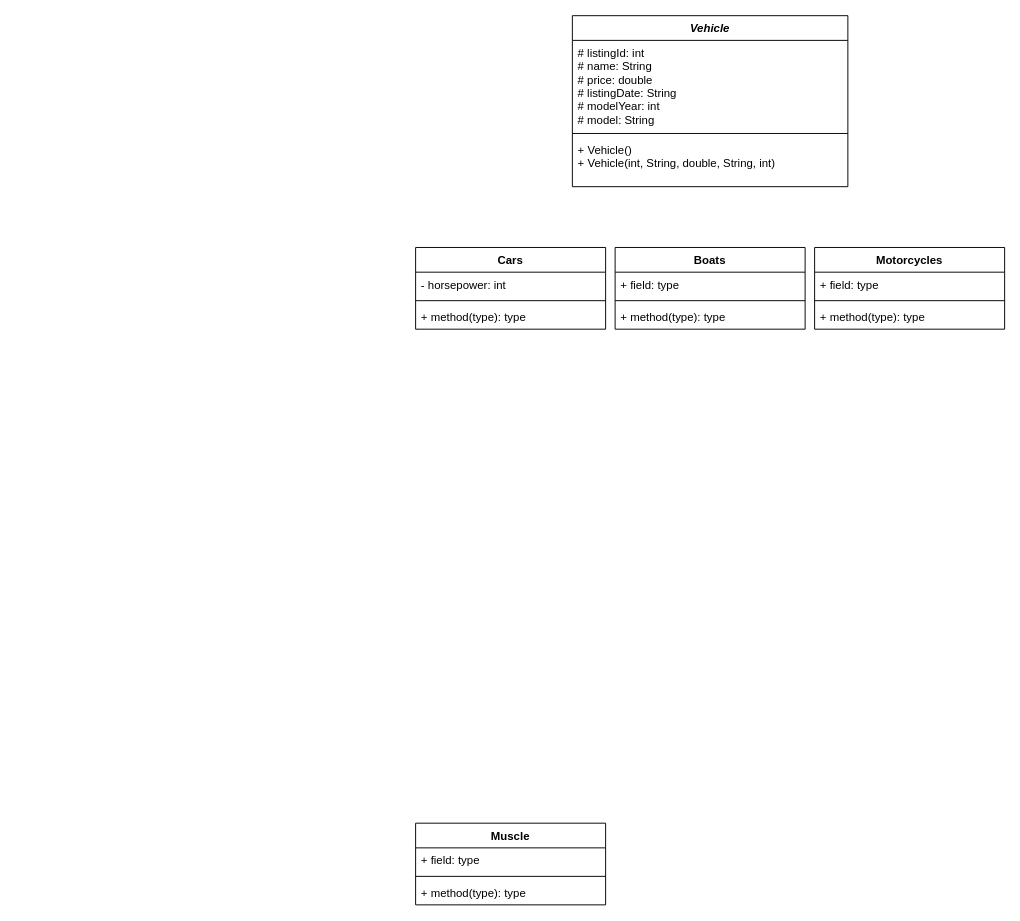
Above: UML/vehiclesellingportal.drawio in bariis/javaproject (draw.io), before the change. Source tidied: cells renumbered, new cells numbered last; positions are measured from the earlier drawing's top-left corner, leaving out a move shared by most shapes. Both pictures are drawn from the tidied source at 95%, with x=0, y=0 at pixel (415, 15).
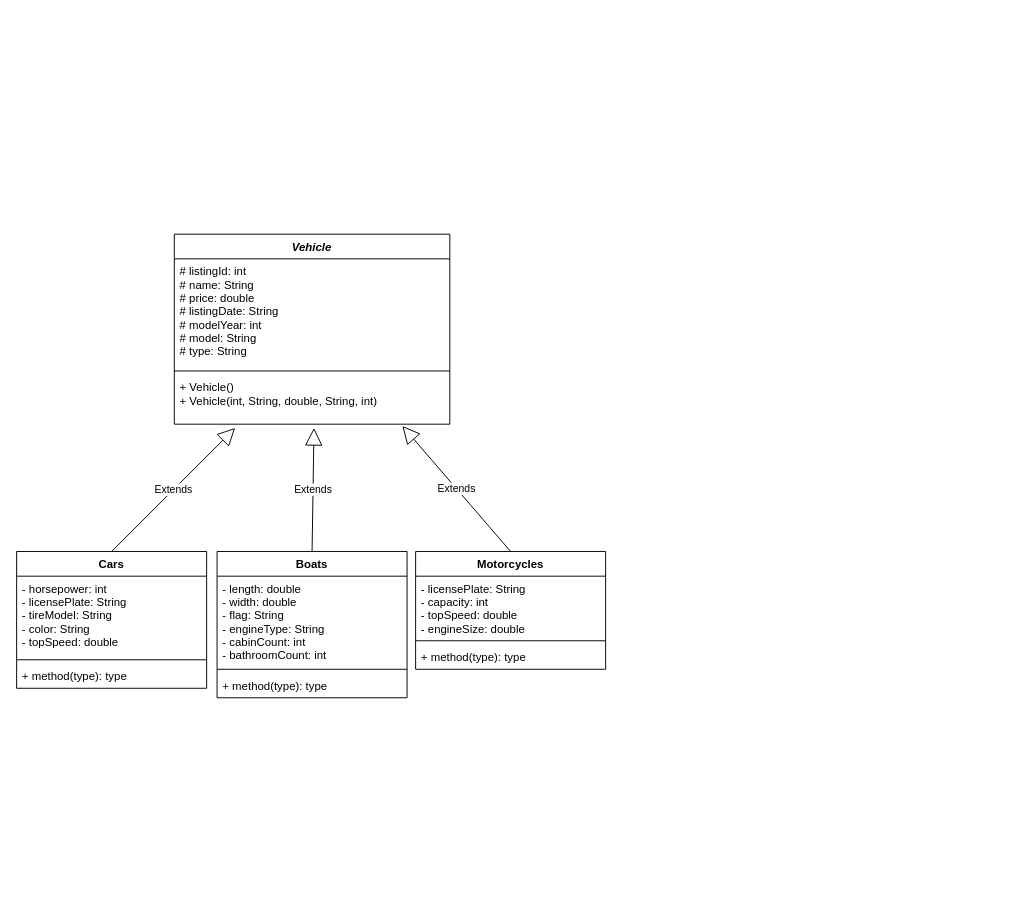
The same diagram, later.

The edit, as a diff of the source:
```diff
@@
     <mxCell id="2" value="Vehicle" style="swimlane;fontStyle=3;align=center;verticalAlign=top;horizontal=1;startSize=26;" parent="1" vertex="1">
-      <mxGeometry x="165" width="290" height="180" as="geometry" />
+      <mxGeometry x="-254" y="230" width="290" height="200" as="geometry" />
     </mxCell>
-    <mxCell id="3" value="# listingId: int&#10;# name: String&#10;# price: double&#10;# listingDate: String&#10;# modelYear: int&#10;# model: String&#10;&#10;" style="text;strokeColor=none;fillColor=none;align=left;verticalAlign=top;spacingLeft=4;spacingRight=4;overflow=hidden;" parent="2" vertex="1">
-      <mxGeometry y="26" width="290" height="94" as="geometry" />
+    <mxCell id="3" value="# listingId: int&#10;# name: String&#10;# price: double&#10;# listingDate: String&#10;# modelYear: int&#10;# model: String&#10;# type: String&#10;&#10;&#10;" style="text;strokeColor=none;fillColor=none;align=left;verticalAlign=top;spacingLeft=4;spacingRight=4;overflow=hidden;" parent="2" vertex="1">
+      <mxGeometry y="26" width="290" height="114" as="geometry" />
     </mxCell>
     <mxCell id="4" style="line;strokeWidth=1;fillColor=none;align=left;verticalAlign=middle;spacingTop=-1;spacingLeft=3;spacingRight=3;labelPosition=right;" parent="2" vertex="1">
-      <mxGeometry y="120" width="290" height="8" as="geometry" />
+      <mxGeometry y="140" width="290" height="8" as="geometry" />
     </mxCell>
     <mxCell id="5" value="+ Vehicle()&#10;+ Vehicle(int, String, double, String, int)" style="text;strokeColor=none;fillColor=none;align=left;verticalAlign=top;spacingLeft=4;spacingRight=4;overflow=hidden;points=[[0,0.5],[1,0.5]];portConstraint=eastwest;" parent="2" vertex="1">
-      <mxGeometry y="128" width="290" height="52" as="geometry" />
+      <mxGeometry y="148" width="290" height="52" as="geometry" />
     </mxCell>
     <mxCell id="6" value="Cars" style="swimlane;fontStyle=1;align=center;verticalAlign=top;horizontal=1;startSize=26;" parent="1" vertex="1">
-      <mxGeometry y="244" width="200" height="86" as="geometry" />
+      <mxGeometry x="-420" y="564" width="200" height="144" as="geometry" />
     </mxCell>
-    <mxCell id="7" value="- horsepower: int" style="text;strokeColor=none;fillColor=none;align=left;verticalAlign=top;spacingLeft=4;spacingRight=4;overflow=hidden;" parent="6" vertex="1">
-      <mxGeometry y="26" width="200" height="26" as="geometry" />
+    <mxCell id="7" value="- horsepower: int&#10;- licensePlate: String&#10;- tireModel: String&#10;- color: String&#10;- topSpeed: double&#10;" style="text;strokeColor=none;fillColor=none;align=left;verticalAlign=top;spacingLeft=4;spacingRight=4;overflow=hidden;" parent="6" vertex="1">
+      <mxGeometry y="26" width="200" height="84" as="geometry" />
     </mxCell>
     <mxCell id="8" style="line;strokeWidth=1;fillColor=none;align=left;verticalAlign=middle;spacingTop=-1;spacingLeft=3;spacingRight=3;labelPosition=right;" parent="6" vertex="1">
-      <mxGeometry y="52" width="200" height="8" as="geometry" />
+      <mxGeometry y="110" width="200" height="8" as="geometry" />
     </mxCell>
     <mxCell id="9" value="+ method(type): type" style="text;strokeColor=none;fillColor=none;align=left;verticalAlign=top;spacingLeft=4;spacingRight=4;overflow=hidden;" parent="6" vertex="1">
-      <mxGeometry y="60" width="200" height="26" as="geometry" />
+      <mxGeometry y="118" width="200" height="26" as="geometry" />
     </mxCell>
     <mxCell id="10" value="Boats" style="swimlane;fontStyle=1;align=center;verticalAlign=top;horizontal=1;startSize=26;" parent="1" vertex="1">
-      <mxGeometry x="210" y="244" width="200" height="86" as="geometry" />
+      <mxGeometry x="-209" y="564" width="200" height="154" as="geometry" />
     </mxCell>
-    <mxCell id="11" value="+ field: type" style="text;strokeColor=none;fillColor=none;align=left;verticalAlign=top;spacingLeft=4;spacingRight=4;overflow=hidden;" parent="10" vertex="1">
-      <mxGeometry y="26" width="200" height="26" as="geometry" />
+    <mxCell id="11" value="- length: double&#10;- width: double&#10;- flag: String&#10;- engineType: String&#10;- cabinCount: int&#10;- bathroomCount: int&#10;" style="text;strokeColor=none;fillColor=none;align=left;verticalAlign=top;spacingLeft=4;spacingRight=4;overflow=hidden;" parent="10" vertex="1">
+      <mxGeometry y="26" width="200" height="94" as="geometry" />
     </mxCell>
     <mxCell id="12" style="line;strokeWidth=1;fillColor=none;align=left;verticalAlign=middle;spacingTop=-1;spacingLeft=3;spacingRight=3;labelPosition=right;" parent="10" vertex="1">
-      <mxGeometry y="52" width="200" height="8" as="geometry" />
+      <mxGeometry y="120" width="200" height="8" as="geometry" />
     </mxCell>
     <mxCell id="13" value="+ method(type): type" style="text;strokeColor=none;fillColor=none;align=left;verticalAlign=top;spacingLeft=4;spacingRight=4;overflow=hidden;" parent="10" vertex="1">
-      <mxGeometry y="60" width="200" height="26" as="geometry" />
+      <mxGeometry y="128" width="200" height="26" as="geometry" />
     </mxCell>
     <mxCell id="14" value="Motorcycles" style="swimlane;fontStyle=1;align=center;verticalAlign=top;horizontal=1;startSize=26;" parent="1" vertex="1">
-      <mxGeometry x="420" y="244" width="200" height="86" as="geometry" />
+      <mxGeometry y="564" width="200" height="124" as="geometry" />
     </mxCell>
-    <mxCell id="15" value="+ field: type" style="text;strokeColor=none;fillColor=none;align=left;verticalAlign=top;spacingLeft=4;spacingRight=4;overflow=hidden;" parent="14" vertex="1">
-      <mxGeometry y="26" width="200" height="26" as="geometry" />
+    <mxCell id="15" value="- licensePlate: String&#10;- capacity: int&#10;- topSpeed: double&#10;- engineSize: double&#10;" style="text;strokeColor=none;fillColor=none;align=left;verticalAlign=top;spacingLeft=4;spacingRight=4;overflow=hidden;" parent="14" vertex="1">
+      <mxGeometry y="26" width="200" height="64" as="geometry" />
     </mxCell>
     <mxCell id="16" style="line;strokeWidth=1;fillColor=none;align=left;verticalAlign=middle;spacingTop=-1;spacingLeft=3;spacingRight=3;labelPosition=right;" parent="14" vertex="1">
-      <mxGeometry y="52" width="200" height="8" as="geometry" />
+      <mxGeometry y="90" width="200" height="8" as="geometry" />
     </mxCell>
     <mxCell id="17" value="+ method(type): type" style="text;strokeColor=none;fillColor=none;align=left;verticalAlign=top;spacingLeft=4;spacingRight=4;overflow=hidden;" parent="14" vertex="1">
-      <mxGeometry y="60" width="200" height="26" as="geometry" />
+      <mxGeometry y="98" width="200" height="26" as="geometry" />
     </mxCell>
-    <mxCell id="18" value="Muscle" style="swimlane;fontStyle=1;align=center;verticalAlign=top;horizontal=1;startSize=26;" parent="1" vertex="1">
-      <mxGeometry y="850" width="200" height="86" as="geometry" />
-    </mxCell>
-    <mxCell id="19" value="+ field: type" style="text;strokeColor=none;fillColor=none;align=left;verticalAlign=top;spacingLeft=4;spacingRight=4;overflow=hidden;" parent="18" vertex="1">
-      <mxGeometry y="26" width="200" height="26" as="geometry" />
-    </mxCell>
-    <mxCell id="20" style="line;strokeWidth=1;fillColor=none;align=left;verticalAlign=middle;spacingTop=-1;spacingLeft=3;spacingRight=3;labelPosition=right;" parent="18" vertex="1">
-      <mxGeometry y="52" width="200" height="8" as="geometry" />
-    </mxCell>
-    <mxCell id="21" value="+ method(type): type" style="text;strokeColor=none;fillColor=none;align=left;verticalAlign=top;spacingLeft=4;spacingRight=4;overflow=hidden;" parent="18" vertex="1">
-      <mxGeometry y="60" width="200" height="26" as="geometry" />
-    </mxCell>
+    <mxCell id="22" value="Extends" style="endArrow=block;endSize=16;endFill=0;html=1;entryX=0.507;entryY=1.077;entryDx=0;entryDy=0;entryPerimeter=0;exitX=0.5;exitY=0;exitDx=0;exitDy=0;" parent="1" edge="1" source="10" target="5">
+      <mxGeometry relative="1" as="geometry" />
+    </mxCell>
+    <mxCell id="23" value="Extends" style="endArrow=block;endSize=16;endFill=0;html=1;exitX=0.5;exitY=0;exitDx=0;exitDy=0;" parent="1" edge="1" source="6">
+      <mxGeometry relative="1" as="geometry">
+        <mxPoint x="-190" y="434" as="targetPoint" />
+      </mxGeometry>
+    </mxCell>
+    <mxCell id="24" value="Extends" style="endArrow=block;endSize=16;endFill=0;html=1;entryX=0.828;entryY=1.038;entryDx=0;entryDy=0;entryPerimeter=0;exitX=0.5;exitY=0;exitDx=0;exitDy=0;" parent="1" edge="1" source="14" target="5">
+      <mxGeometry relative="1" as="geometry" />
+    </mxCell>
```
